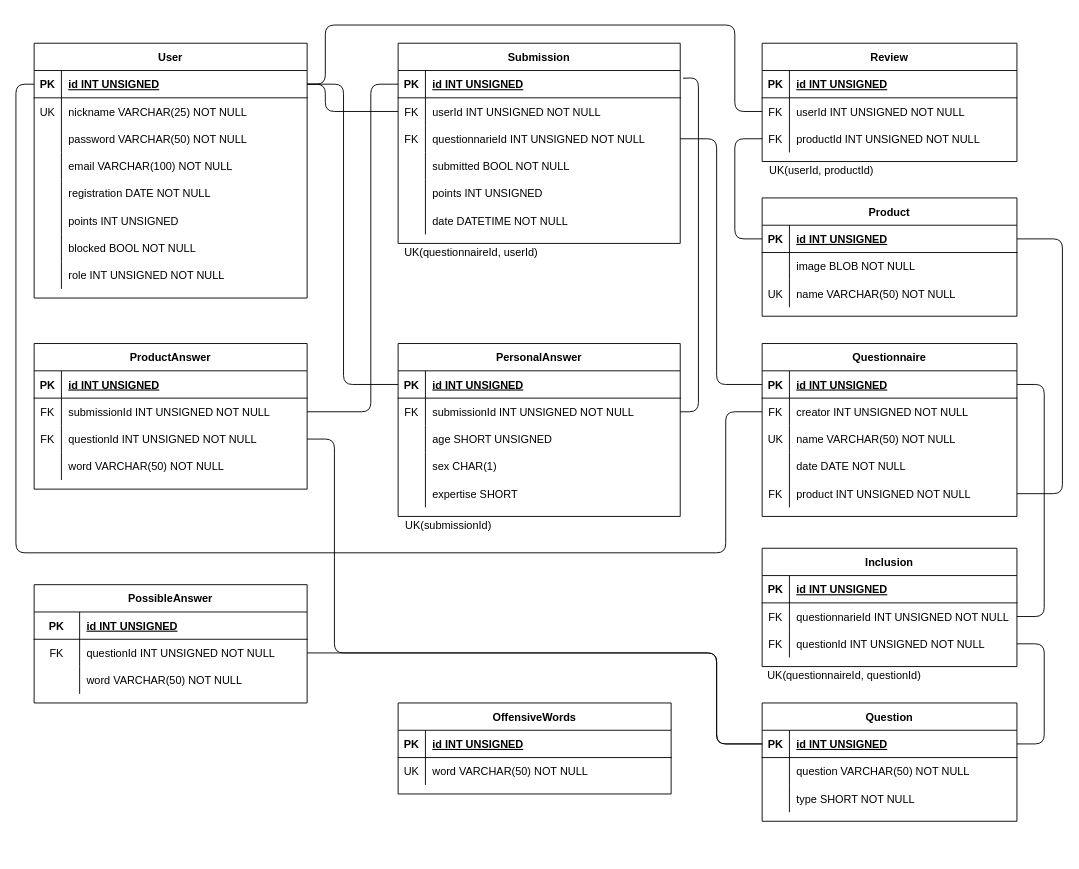
Above: page "ProgettoLogico" (2 of 2) of DIAGRAMS/EntityRelations.drawio in marcoPetriPolimi/db2-polimiProject-2020-2021 (draw.io), before the change. Source tidied: cells renumbered, new cells numbered last; positions are measured from the earlier drawing's top-left corner, leaving out a move shared by most shapes. Both pictures are drawn from the tidied source at 91%, with x=0, y=0 at pixel (15, 25).
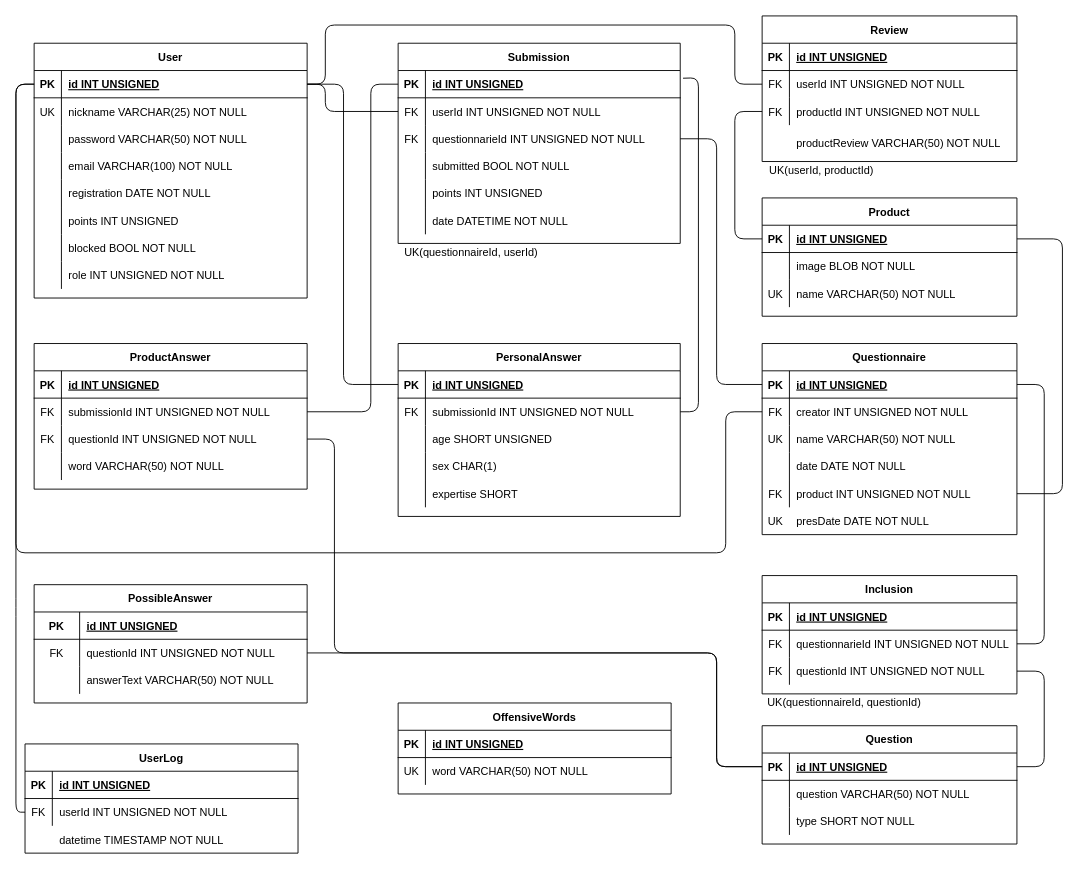
After the change.

The change refers to these unchanged cells:
```xml
<mxCell id="12" style="shape=partialRectangle;fillColor=none;points=[[0,0.5],[1,0.5]];portConstraint=eastwest;top=0;left=0;right=0;bottom=1;" parent="11" vertex="1">
  <mxGeometry y="30" width="300" height="30" as="geometry" />
</mxCell>
<mxCell id="44" style="shape=partialRectangle;fillColor=none;points=[[0,0.5],[1,0.5]];portConstraint=eastwest;top=0;left=0;right=0;bottom=1;" parent="43" vertex="1">
  <mxGeometry y="30" width="280" height="30" as="geometry" />
</mxCell>
<mxCell id="79" style="shape=partialRectangle;fillColor=none;points=[[0,0.5],[1,0.5]];portConstraint=eastwest;top=0;left=0;right=0;bottom=0;" parent="75" vertex="1">
  <mxGeometry y="60" width="280" height="30" as="geometry" />
</mxCell>
<mxCell id="82" style="shape=partialRectangle;fillColor=none;top=0;left=0;bottom=0;right=0;points=[[0,0.5],[1,0.5]];portConstraint=eastwest;" parent="75" vertex="1">
  <mxGeometry y="90" width="280" height="30" as="geometry" />
</mxCell>
<mxCell id="92" style="shape=partialRectangle;fillColor=none;top=0;left=0;bottom=0;right=0;points=[[0,0.5],[1,0.5]];portConstraint=eastwest;" parent="85" vertex="1">
  <mxGeometry y="90" width="300" height="30" as="geometry" />
</mxCell>
<mxCell id="124" style="shape=partialRectangle;fillColor=none;top=0;left=0;bottom=0;right=0;points=[[0,0.5],[1,0.5]];portConstraint=eastwest;" parent="120" vertex="1">
  <mxGeometry y="60" width="300" height="30" as="geometry" />
</mxCell>
<mxCell id="127" style="shape=partialRectangle;fillColor=none;top=0;left=0;right=0;bottom=0;" parent="120" vertex="1">
  <mxGeometry y="90" width="300" height="30" as="geometry" />
</mxCell>
<mxCell id="131" style="shape=partialRectangle;fillColor=none;points=[[0,0.5],[1,0.5]];portConstraint=eastwest;top=0;left=0;right=0;bottom=1;" parent="130" vertex="1">
  <mxGeometry y="30" width="280" height="30" as="geometry" />
</mxCell>
<mxCell id="144" style="shape=partialRectangle;fillColor=none;top=0;left=0;bottom=0;right=0;points=[[0,0.5],[1,0.5]];portConstraint=eastwest;" parent="140" vertex="1">
  <mxGeometry y="60" width="280" height="30" as="geometry" />
</mxCell>
<mxCell id="147" style="shape=partialRectangle;fillColor=none;points=[[0,0.5],[1,0.5]];portConstraint=eastwest;top=0;left=0;right=0;bottom=0;" parent="140" vertex="1">
  <mxGeometry y="90" width="280" height="30" as="geometry" />
</mxCell>
<mxCell id="151" style="shape=partialRectangle;fillColor=none;top=0;left=0;bottom=1;right=0;points=[[0,0.5],[1,0.5]];portConstraint=eastwest;" parent="150" vertex="1">
  <mxGeometry y="30" width="280" height="30" as="geometry" />
</mxCell>
```

What changed in the source:
```diff
@@
     <mxCell id="7" style="endArrow=none;html=1;entryX=0;entryY=0.5;entryDx=0;entryDy=0;exitX=1;exitY=0.5;exitDx=0;exitDy=0;" parent="1" edge="1" source="92" target="131">
       <mxGeometry relative="1" as="geometry">
         <Array as="points">
           <mxPoint x="350" y="455" />
           <mxPoint x="350" y="690" />
           <mxPoint x="770" y="690" />
           <mxPoint x="770" y="790" />
+          <mxPoint x="770" y="815" />
         </Array>
       </mxGeometry>
     </mxCell>
     <mxCell id="8" style="endArrow=none;html=1;entryX=0;entryY=0.5;entryDx=0;entryDy=0;exitX=1;exitY=0.5;exitDx=0;exitDy=0;" parent="1" edge="1" source="124" target="131">
       <mxGeometry relative="1" as="geometry">
         <Array as="points">
           <mxPoint x="770" y="690" />
-          <mxPoint x="770" y="790" />
+          <mxPoint x="770" y="815" />
         </Array>
       </mxGeometry>
     </mxCell>
     <mxCell id="9" style="endArrow=none;html=1;entryX=1;entryY=0.5;entryDx=0;entryDy=0;exitX=1;exitY=0.5;exitDx=0;exitDy=0;" parent="1" edge="1" source="79" target="44">
       <mxGeometry relative="1" as="geometry">
         <Array as="points">
-          <mxPoint x="1130" y="650" />
+          <mxPoint x="1130" y="680" />
           <mxPoint x="1130" y="395" />
         </Array>
       </mxGeometry>
     </mxCell>
     <mxCell id="10" style="endArrow=none;html=1;entryX=1;entryY=0.5;entryDx=0;entryDy=0;exitX=1;exitY=0.5;exitDx=0;exitDy=0;" parent="1" edge="1" source="131" target="82">
       <mxGeometry relative="1" as="geometry">
         <Array as="points">
-          <mxPoint x="1130" y="790" />
-          <mxPoint x="1130" y="680" />
+          <mxPoint x="1130" y="815" />
+          <mxPoint x="1130" y="710" />
         </Array>
       </mxGeometry>
     </mxCell>
@@
     <mxCell id="43" value="Questionnaire" style="shape=table;startSize=30;childLayout=tableLayout;rowLines=0;fontStyle=1;align=center;" parent="1" vertex="1">
-      <mxGeometry x="820" y="350" width="280" height="190" as="geometry" />
+      <mxGeometry x="820" y="350" width="280" height="210" as="geometry" />
     </mxCell>
@@
     <mxCell id="75" value="Inclusion" style="shape=table;startSize=30;childLayout=tableLayout;rowLines=0;fontStyle=1;align=center;" parent="1" vertex="1">
-      <mxGeometry x="820" y="575" width="280" height="130" as="geometry" />
+      <mxGeometry x="820" y="605" width="280" height="130" as="geometry" />
     </mxCell>
@@
-    <mxCell id="98" value="UK(submissionId)" style="text;html=1;align=center;verticalAlign=middle;" parent="1" vertex="1">
-      <mxGeometry x="420" y="540" width="110" height="20" as="geometry" />
-    </mxCell>
@@
     <mxCell id="119" value="UK(questionnaireId,&amp;nbsp;&lt;span style=&quot;text-align: left&quot;&gt;questionId&lt;/span&gt;)" style="text;html=1;align=center;verticalAlign=middle;" parent="1" vertex="1">
-      <mxGeometry x="820" y="705" width="180" height="20" as="geometry" />
+      <mxGeometry x="820" y="735" width="180" height="20" as="geometry" />
     </mxCell>
@@
-    <mxCell id="129" value="word VARCHAR(50) NOT NULL" style="shape=partialRectangle;overflow=hidden;fillColor=none;top=0;left=0;bottom=0;right=0;align=left;spacingLeft=6;" parent="127" vertex="1">
+    <mxCell id="129" value="answerText VARCHAR(50) NOT NULL" style="shape=partialRectangle;overflow=hidden;fillColor=none;top=0;left=0;bottom=0;right=0;align=left;spacingLeft=6;" parent="127" vertex="1">
       <mxGeometry x="50" width="250" height="30" as="geometry" />
     </mxCell>
     <mxCell id="130" value="Question" style="shape=table;startSize=30;childLayout=tableLayout;rowLines=0;fontStyle=1;align=center;" parent="1" vertex="1">
-      <mxGeometry x="820" y="745" width="280" height="130" as="geometry" />
+      <mxGeometry x="820" y="770" width="280" height="130" as="geometry" />
     </mxCell>
@@
     <mxCell id="140" value="Review" style="shape=table;startSize=30;childLayout=tableLayout;rowLines=0;fontStyle=1;align=center;" parent="1" vertex="1">
-      <mxGeometry x="820" y="20" width="280" height="130" as="geometry" />
+      <mxGeometry x="820" y="-10" width="280" height="160" as="geometry" />
     </mxCell>
@@
     <mxCell id="162" style="endArrow=none;html=1;entryX=0;entryY=0.5;entryDx=0;entryDy=0;exitX=0;exitY=0.5;exitDx=0;exitDy=0;" parent="1" edge="1" source="147" target="151">
       <mxGeometry relative="1" as="geometry">
         <Array as="points">
-          <mxPoint x="790" y="125" />
+          <mxPoint x="790" y="95" />
           <mxPoint x="790" y="235" />
         </Array>
       </mxGeometry>
     </mxCell>
     <mxCell id="163" style="endArrow=none;html=1;entryX=1;entryY=0.5;entryDx=0;entryDy=0;exitX=0;exitY=0.5;exitDx=0;exitDy=0;" parent="1" edge="1" source="144" target="12">
       <mxGeometry relative="1" as="geometry">
         <Array as="points">
-          <mxPoint x="790" y="95" />
+          <mxPoint x="790" y="65" />
           <mxPoint x="790" />
           <mxPoint x="340" />
           <mxPoint x="340" y="65" />
         </Array>
       </mxGeometry>
     </mxCell>
@@
+    <mxCell id="165" value="presDate DATE NOT NULL" style="shape=partialRectangle;overflow=hidden;fillColor=none;top=0;left=0;bottom=0;right=0;align=left;spacingLeft=6;" parent="1" vertex="1">
+      <mxGeometry x="850" y="530" width="250" height="30" as="geometry" />
+    </mxCell>
+    <mxCell id="166" value="productReview VARCHAR(50) NOT NULL" style="shape=partialRectangle;overflow=hidden;fillColor=none;top=0;left=0;bottom=0;right=0;align=left;spacingLeft=6;" parent="1" vertex="1">
+      <mxGeometry x="850" y="115" width="250" height="30" as="geometry" />
+    </mxCell>
+    <mxCell id="167" value="UK" style="shape=partialRectangle;fillColor=none;top=0;left=0;bottom=0;right=0;fontStyle=0;overflow=hidden;" parent="1" vertex="1">
+      <mxGeometry x="820" y="530" width="30" height="30" as="geometry" />
+    </mxCell>
+    <mxCell id="168" value="UserLog" style="shape=table;startSize=30;childLayout=tableLayout;rowLines=0;fontStyle=1;align=center;" parent="1" vertex="1">
+      <mxGeometry x="10" y="790" width="300" height="120" as="geometry" />
+    </mxCell>
+    <mxCell id="169" style="shape=partialRectangle;fillColor=none;top=0;left=0;right=0;bottom=1;" parent="168" vertex="1">
+      <mxGeometry y="30" width="300" height="30" as="geometry" />
+    </mxCell>
+    <mxCell id="170" value="PK" style="shape=partialRectangle;overflow=hidden;fillColor=none;top=0;left=0;bottom=0;right=0;fontStyle=1;" parent="169" vertex="1">
+      <mxGeometry width="30" height="30" as="geometry" />
+    </mxCell>
+    <mxCell id="171" value="id INT UNSIGNED" style="shape=partialRectangle;overflow=hidden;fillColor=none;top=0;left=0;bottom=0;right=0;align=left;spacingLeft=6;fontStyle=5;" parent="169" vertex="1">
+      <mxGeometry x="30" width="270" height="30" as="geometry" />
+    </mxCell>
+    <mxCell id="172" style="shape=partialRectangle;fillColor=none;points=[[0,0.5],[1,0.5]];portConstraint=eastwest;top=0;left=0;right=0;bottom=0;" parent="168" vertex="1">
+      <mxGeometry y="60" width="300" height="30" as="geometry" />
+    </mxCell>
+    <mxCell id="173" value="FK" style="shape=partialRectangle;overflow=hidden;fillColor=none;top=0;left=0;bottom=0;right=0;" parent="172" vertex="1">
+      <mxGeometry width="30" height="30" as="geometry" />
+    </mxCell>
+    <mxCell id="174" value="userId INT UNSIGNED NOT NULL" style="shape=partialRectangle;overflow=hidden;fillColor=none;top=0;left=0;bottom=0;right=0;align=left;spacingLeft=6;" parent="172" vertex="1">
+      <mxGeometry x="30" width="270" height="30" as="geometry" />
+    </mxCell>
+    <mxCell id="175" style="shape=partialRectangle;overflow=hidden;fillColor=none;top=0;left=0;bottom=0;right=0;" parent="1" vertex="1">
+      <mxGeometry x="10" y="880" width="30" height="30" as="geometry" />
+    </mxCell>
+    <mxCell id="176" value="datetime TIMESTAMP NOT NULL" style="shape=partialRectangle;overflow=hidden;fillColor=none;top=0;left=0;bottom=0;right=0;align=left;spacingLeft=6;" parent="1" vertex="1">
+      <mxGeometry x="40" y="880" width="250" height="30" as="geometry" />
+    </mxCell>
+    <mxCell id="177" style="endArrow=none;html=1;entryX=0;entryY=0.5;entryDx=0;entryDy=0;exitX=0;exitY=0.5;exitDx=0;exitDy=0;" parent="1" edge="1" source="12" target="172">
+      <mxGeometry relative="1" as="geometry">
+        <Array as="points">
+          <mxPoint y="65" />
+          <mxPoint y="640" />
+          <mxPoint y="865" />
+        </Array>
+      </mxGeometry>
+    </mxCell>
```
